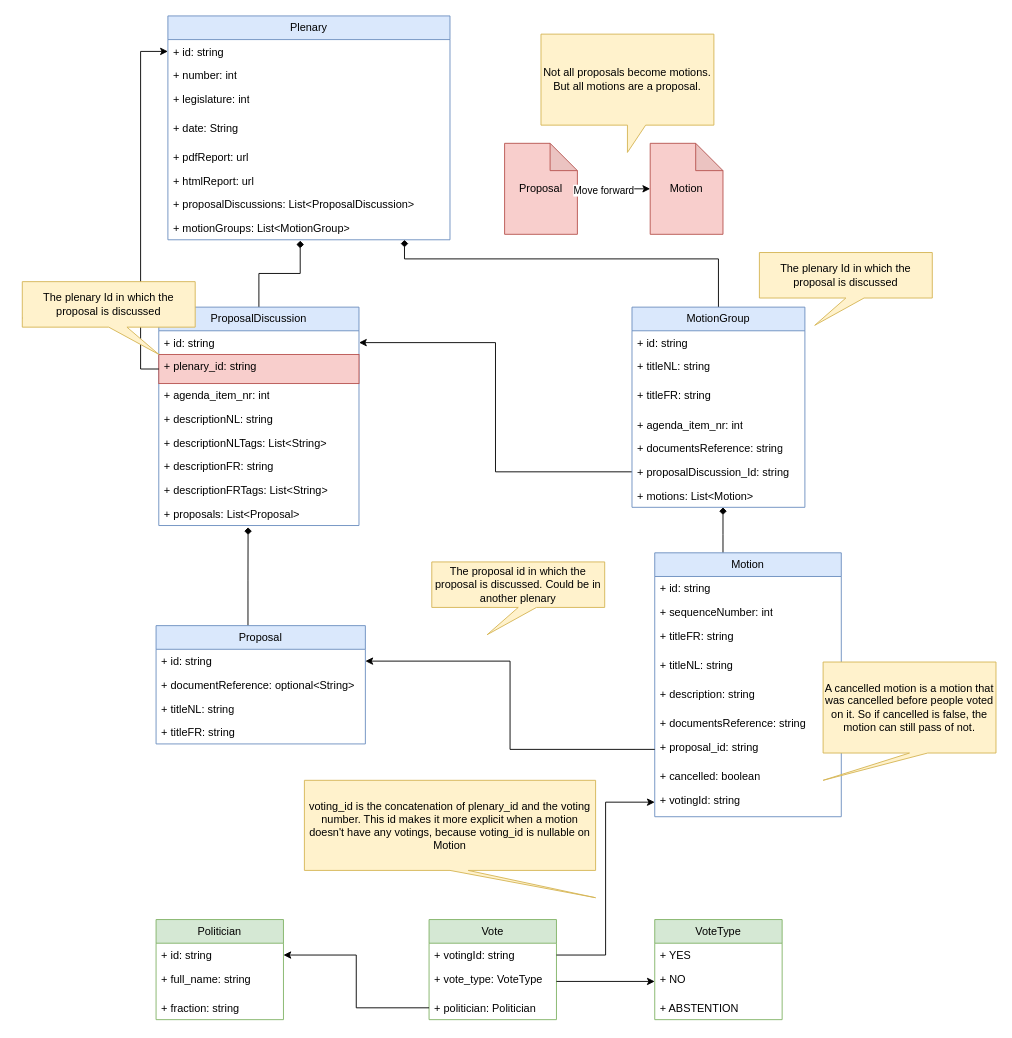
Before: doc/drawings/data-model.drawio in transparentdemocracy/backend, a draw.io diagram. Source tidied: cells renumbered, new cells numbered last; positions are measured from the earlier drawing's top-left corner, leaving out a move shared by most shapes. Both pictures are drawn from the tidied source at 91%, with x=0, y=0 at pixel (22, 15).
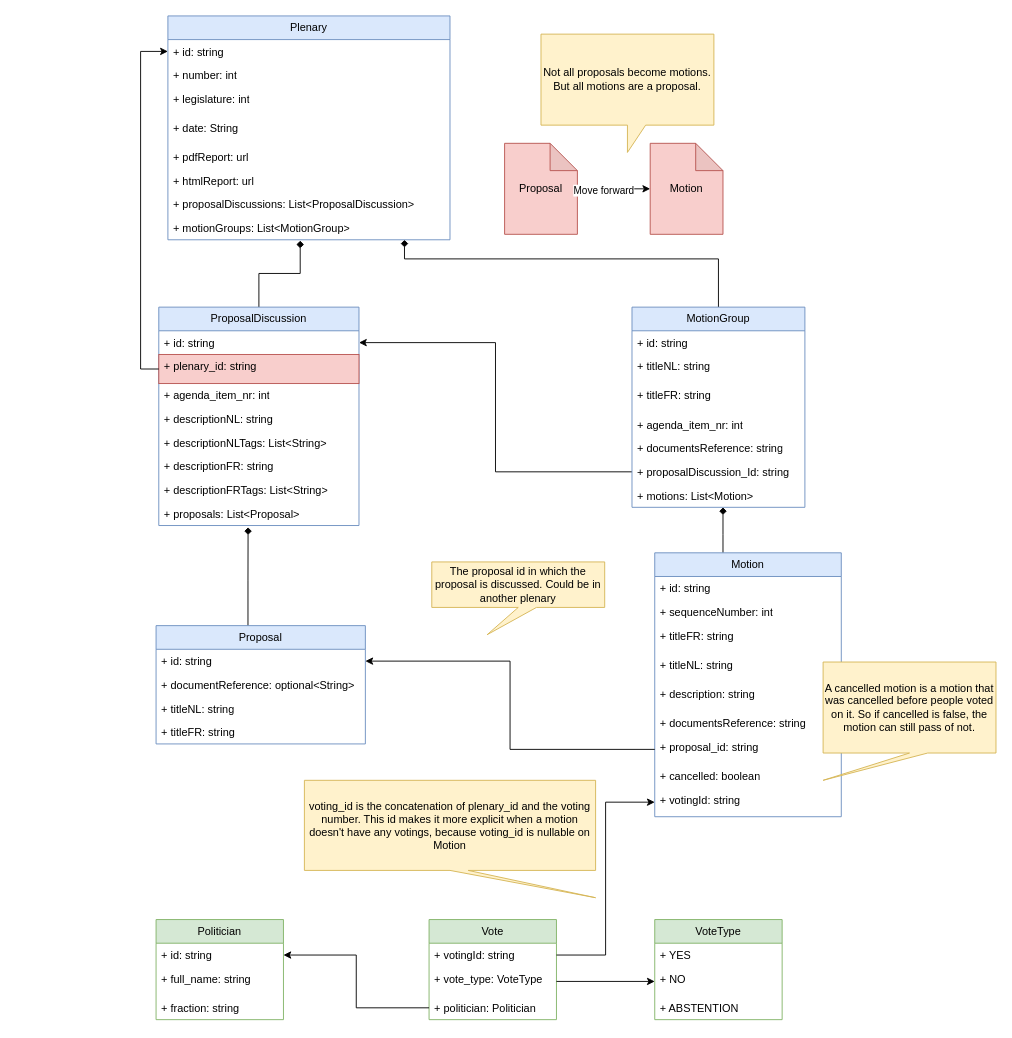
After the change.

Unchanged cells that the change refers to:
```xml
<mxCell id="5" value="+ id: string" style="text;strokeColor=none;fillColor=none;align=left;verticalAlign=top;spacingLeft=4;spacingRight=4;overflow=hidden;points=[[0,0.5],[1,0.5]];portConstraint=eastwest;whiteSpace=wrap;html=1;" parent="4" vertex="1">
  <mxGeometry y="26" width="310" height="26" as="geometry" />
</mxCell>
<mxCell id="15" value="+ plenary_id: string" style="text;strokeColor=#b85450;fillColor=#f8cecc;align=left;verticalAlign=top;spacingLeft=4;spacingRight=4;overflow=hidden;points=[[0,0.5],[1,0.5]];portConstraint=eastwest;whiteSpace=wrap;html=1;" parent="13" vertex="1">
  <mxGeometry y="52" width="220" height="32" as="geometry" />
</mxCell>
```

The edit, as a diff of the source:
```diff
@@
-    <mxCell id="33" style="edgeStyle=orthogonalEdgeStyle;rounded=0;jettySize=auto;html=1;entryX=0;entryY=0.5;entryDx=0;entryDy=0;exitX=0;exitY=0.5;exitDx=0;exitDy=0;" parent="1" edge="1" source="73" target="5">
-      <mxGeometry relative="1" as="geometry">
-        <Array as="points">
-          <mxPoint x="130" y="39" />
-        </Array>
-      </mxGeometry>
-    </mxCell>
@@
-    <mxCell id="72" style="edgeStyle=orthogonalEdgeStyle;rounded=0;jettySize=auto;html=1;entryX=0;entryY=0.5;entryDx=0;entryDy=0;exitX=0;exitY=0.5;exitDx=0;exitDy=0;" parent="1" edge="1" source="15" target="73">
+    <mxCell id="72" style="edgeStyle=orthogonalEdgeStyle;rounded=0;jettySize=auto;html=1;exitX=0;exitY=0.5;exitDx=0;exitDy=0;entryX=0;entryY=0.5;entryDx=0;entryDy=0;" parent="1" edge="1" source="15" target="5">
       <mxGeometry relative="1" as="geometry">
         <Array as="points">
           <mxPoint x="130" y="388" />
+          <mxPoint x="130" y="39" />
         </Array>
       </mxGeometry>
     </mxCell>
-    <mxCell id="73" value="The plenary Id in which the proposal is discussed" style="shape=callout;whiteSpace=wrap;html=1;perimeter=calloutPerimeter;fillColor=#fff2cc;strokeColor=#d6b656;position2=0.79;" parent="1" vertex="1">
-      <mxGeometry y="292" width="190" height="80" as="geometry" />
-    </mxCell>
-    <mxCell id="74" value="The plenary Id in which the proposal is discussed" style="shape=callout;whiteSpace=wrap;html=1;perimeter=calloutPerimeter;fillColor=#fff2cc;strokeColor=#d6b656;position2=0.32;" parent="1" vertex="1">
-      <mxGeometry x="810" y="260" width="190" height="80" as="geometry" />
-    </mxCell>
```
